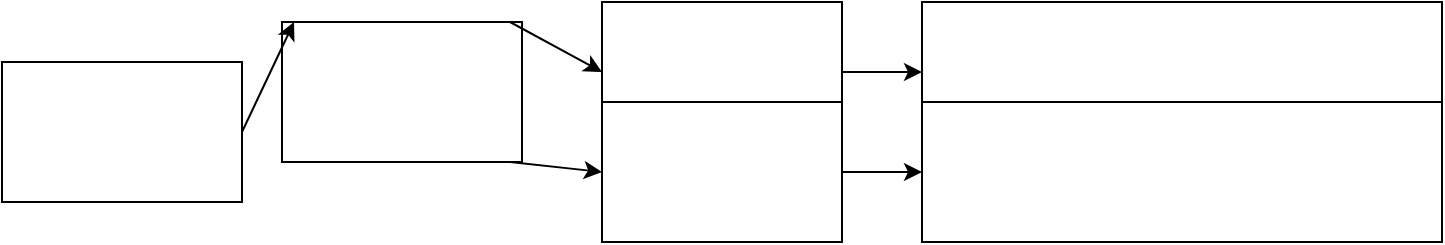
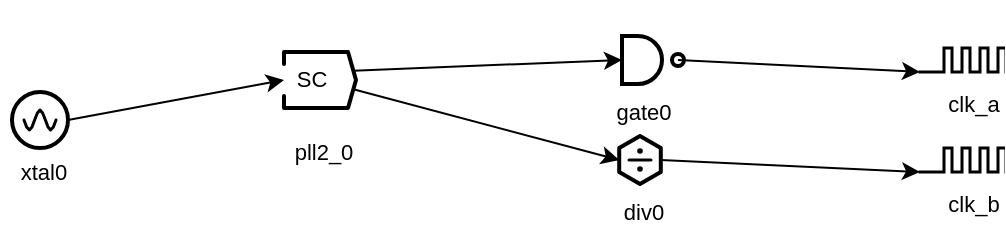
<mxfile>
  <diagram>
    <mxGraphModel>
      <root>
-         <mxCell id="0"/>
-         <mxCell id="1" parent="0"/>
-         <object name="xtal0" placeholders="1" id="9">
-           <mxCell style="drawclockType=source;points=[[1.0000,0.5000,0,0,0]];" vertex="1" parent="1">
-             <mxGeometry x="0" y="40" width="120" height="70" as="geometry"/>
+         <mxCell id="0" />
+         <mxCell id="1" parent="0" />
+         <object id="9" name="xtal0" placeholders="1" label="&lt;div style=&quot;position:relative;box-sizing:border-box;margin:0;padding:0;display:block;width:40px;height:55px;overflow:visible;white-space:nowrap;font-family:Helvetica,Arial,sans-serif;&quot;&gt;&lt;div style=&quot;position:absolute;left:-2px;top:-7px;width:40px;height:54px&quot;&gt;&lt;svg xmlns=&quot;http://www.w3.org/2000/svg&quot; width=&quot;40&quot; height=&quot;54&quot; viewBox=&quot;0 0 40 54&quot; preserveAspectRatio=&quot;none&quot; style=&quot;display:block;overflow:visible;&quot;&gt;&lt;circle cx=&quot;20.0&quot; cy=&quot;30&quot; r=&quot;14&quot; fill=&quot;none&quot; stroke=&quot;#000000&quot; stroke-width=&quot;2&quot;/&gt;&lt;path d=&quot;M 12.0 30.0 L 13.3 33.5 L 14.7 35.0 L 16.0 33.5 L 17.3 30.0 L 18.7 26.5 L 20.0 25.0 L 21.3 26.5 L 22.7 30.0 L 24.0 33.5 L 25.3 35.0 L 26.7 33.5 L 28.0 30.0&quot; fill=&quot;none&quot; stroke=&quot;#000000&quot; stroke-width=&quot;1.5&quot; stroke-linecap=&quot;round&quot; stroke-linejoin=&quot;round&quot;/&gt;&lt;/svg&gt;&lt;/div&gt;&lt;div style=&quot;position:absolute;left:50%;top:80.0%;transform:translateX(-50%);text-align:center;font-size:11px;line-height:1;white-space:nowrap;padding-top:0px;&quot;&gt;%name%&lt;/div&gt;&lt;/div&gt;">
+           <mxCell style="rounded=0;whiteSpace=nowrap;html=1;metaEdit=1;placeholders=1;overflow=visible;resizable=0;autosize=0;fillColor=none;strokeColor=none;spacingTop=0;spacingBottom=0;spacingLeft=0;spacingRight=0;align=left;verticalAlign=top;drawclockType=source;drawclockKind=source;points=[[0.8500,0.5455,0,0,0]];drawclockSourceKind=source;" vertex="1" parent="1">
+             <mxGeometry x="0" y="40" width="40" height="55" as="geometry" />
          </mxCell>
        </object>
-         <object pll_kind="SC" name="pll2_0" placeholders="1" id="10">
-           <mxCell style="drawclockType=pll2;points=[[0.3500,0.3333,0,0,0],[0.6500,0.3333,0,0,0],[0.6500,0.6667,0,0,0]];" vertex="1" parent="1">
-             <mxGeometry x="140" y="20" width="120" height="70" as="geometry"/>
+         <object id="10" pll_kind="SC" name="pll2_0" placeholders="1" label="&lt;div style=&quot;position:relative;box-sizing:border-box;margin:0;padding:0;display:block;width:40px;height:65px;overflow:visible;white-space:nowrap;font-family:Helvetica,Arial,sans-serif;&quot;&gt;&lt;div style=&quot;position:absolute;left:-2px;top:-7px;width:40px;height:54px&quot;&gt;&lt;svg xmlns=&quot;http://www.w3.org/2000/svg&quot; width=&quot;40&quot; height=&quot;54&quot; viewBox=&quot;0 0 40 54&quot; preserveAspectRatio=&quot;none&quot; style=&quot;display:block;overflow:visible;&quot;&gt;&lt;path d=&quot;M 2 16 L 34 16 L 38 30 L 34 44 L 2 44 L 2 38 M 2 22 L 2 16&quot; fill=&quot;none&quot; stroke=&quot;#000000&quot; stroke-width=&quot;2&quot; stroke-linejoin=&quot;round&quot; stroke-linecap=&quot;round&quot;/&gt;&lt;/svg&gt;&lt;span style=&quot;position:absolute;left:40.0%;top:55.55555555555556%;font-size:11px;line-height:1;white-space:nowrap;transform:translate(-50%,-50%);&quot;&gt;%pll_kind%&lt;/span&gt;&lt;/div&gt;&lt;div style=&quot;position:absolute;left:50%;top:83.07692307692308%;transform:translateX(-50%);text-align:center;font-size:11px;line-height:1;white-space:nowrap;padding-top:0px;&quot;&gt;%name%&lt;/div&gt;&lt;/div&gt;">
+           <mxCell style="rounded=0;whiteSpace=nowrap;html=1;metaEdit=1;placeholders=1;overflow=visible;resizable=0;autosize=0;fillColor=none;strokeColor=none;spacingTop=0;spacingBottom=0;spacingLeft=0;spacingRight=0;align=left;verticalAlign=top;drawclockType=pll2;drawclockKind=pll;points=[[0.0500,0.4615,0,0,0],[0.9167,0.3897,0,0,0],[0.9167,0.5333,0,0,0]];" vertex="1" parent="1">
+             <mxGeometry x="140" y="20" width="40" height="65" as="geometry" />
          </mxCell>
        </object>
-         <object name="gate0" placeholders="1" id="11">
-           <mxCell style="drawclockType=gate;points=[[0.0000,0.5000,0,0,0],[1.0000,0.5000,0,0,0]];" vertex="1" parent="1">
-             <mxGeometry x="300" y="10" width="120" height="70" as="geometry"/>
+         <object id="11" name="gate0" placeholders="1" label="&lt;div style=&quot;position:relative;box-sizing:border-box;margin:0;padding:0;display:block;width:40px;height:55px;overflow:visible;white-space:nowrap;font-family:Helvetica,Arial,sans-serif;&quot;&gt;&lt;div style=&quot;position:absolute;left:-2px;top:-7px;width:40px;height:54px&quot;&gt;&lt;svg xmlns=&quot;http://www.w3.org/2000/svg&quot; width=&quot;40&quot; height=&quot;54&quot; viewBox=&quot;0 0 40 54&quot; preserveAspectRatio=&quot;none&quot; style=&quot;display:block;overflow:visible;&quot;&gt;&lt;path d=&quot;M 11 18 L 19 18 A 12 12 0 1 1 19 42 L 11 42 Z&quot; fill=&quot;none&quot; stroke=&quot;#000000&quot; stroke-width=&quot;2&quot; stroke-linejoin=&quot;miter&quot;/&gt;&lt;circle cx=&quot;39&quot; cy=&quot;30&quot; r=&quot;3&quot; fill=&quot;#ffffff&quot; stroke=&quot;#000000&quot; stroke-width=&quot;2&quot;/&gt;&lt;/svg&gt;&lt;/div&gt;&lt;div style=&quot;position:absolute;left:50%;top:80.0%;transform:translateX(-50%);text-align:center;font-size:11px;line-height:1;white-space:nowrap;padding-top:0px;&quot;&gt;%name%&lt;/div&gt;&lt;/div&gt;">
+           <mxCell style="rounded=0;whiteSpace=nowrap;html=1;metaEdit=1;placeholders=1;overflow=visible;resizable=0;autosize=0;fillColor=none;strokeColor=none;spacingTop=0;spacingBottom=0;spacingLeft=0;spacingRight=0;align=left;verticalAlign=top;drawclockType=gate;drawclockKind=gate;points=[[0.2750,0.5455,0,0,0],[0.9750,0.5455,0,0,0]];" vertex="1" parent="1">
+             <mxGeometry x="300" y="10" width="40" height="55" as="geometry" />
          </mxCell>
        </object>
-         <object name="div0" placeholders="1" id="12">
-           <mxCell style="drawclockType=div;points=[[0.0000,0.5000,0,0,0],[1.0000,0.5000,0,0,0]];" vertex="1" parent="1">
-             <mxGeometry x="300" y="60" width="120" height="70" as="geometry"/>
+         <object id="12" name="div0" placeholders="1" label="&lt;div style=&quot;position:relative;box-sizing:border-box;margin:0;padding:0;display:block;width:40px;height:55px;overflow:visible;white-space:nowrap;font-family:Helvetica,Arial,sans-serif;&quot;&gt;&lt;div style=&quot;position:absolute;left:-2px;top:-7px;width:40px;height:54px&quot;&gt;&lt;svg xmlns=&quot;http://www.w3.org/2000/svg&quot; width=&quot;40&quot; height=&quot;54&quot; viewBox=&quot;0 0 40 54&quot; preserveAspectRatio=&quot;none&quot; style=&quot;display:block;overflow:visible;&quot;&gt;&lt;polygon points=&quot;30.4,36.0 20.0,42.0 9.6,36.0 9.6,24.0 20.0,18.0 30.4,24.0&quot; fill=&quot;none&quot; stroke=&quot;#000000&quot; stroke-width=&quot;2&quot; stroke-linejoin=&quot;round&quot;/&gt;&lt;path d=&quot;M 14.5 30.0 L 25.5 30.0&quot; fill=&quot;none&quot; stroke=&quot;#000000&quot; stroke-width=&quot;1.5&quot; stroke-linecap=&quot;round&quot;/&gt;&lt;circle cx=&quot;20.0&quot; cy=&quot;25.5&quot; r=&quot;1.4&quot; fill=&quot;#000000&quot;/&gt;&lt;circle cx=&quot;20.0&quot; cy=&quot;34.5&quot; r=&quot;1.4&quot; fill=&quot;#000000&quot;/&gt;&lt;/svg&gt;&lt;/div&gt;&lt;div style=&quot;position:absolute;left:50%;top:80.0%;transform:translateX(-50%);text-align:center;font-size:11px;line-height:1;white-space:nowrap;padding-top:0px;&quot;&gt;%name%&lt;/div&gt;&lt;/div&gt;">
+           <mxCell style="rounded=0;whiteSpace=nowrap;html=1;metaEdit=1;placeholders=1;overflow=visible;resizable=0;autosize=0;fillColor=none;strokeColor=none;spacingTop=0;spacingBottom=0;spacingLeft=0;spacingRight=0;align=left;verticalAlign=top;drawclockType=div;drawclockKind=div;points=[[0.2402,0.5455,0,0,0],[0.7598,0.5455,0,0,0]];" vertex="1" parent="1">
+             <mxGeometry x="300" y="60" width="40" height="55" as="geometry" />
          </mxCell>
        </object>
-         <object freq="100" name="clk_a" placeholders="1" id="13">
-           <mxCell style="drawclockType=clock;points=[[0.0000,0.5000,0,0,0]];" vertex="1" parent="1">
-             <mxGeometry x="460" y="10" width="260" height="70" as="geometry"/>
+         <object id="13" name="clk_a" placeholders="1" label="&lt;div style=&quot;position:relative;box-sizing:border-box;margin:0;padding:0;display:block;width:40px;height:51px;overflow:visible;white-space:nowrap;font-family:Helvetica,Arial,sans-serif;&quot;&gt;&lt;div style=&quot;position:absolute;left:-2px;top:-7px;width:40px;height:36px&quot;&gt;&lt;svg xmlns=&quot;http://www.w3.org/2000/svg&quot; width=&quot;40&quot; height=&quot;36&quot; viewBox=&quot;0 0 40 36&quot; preserveAspectRatio=&quot;none&quot; style=&quot;display:block;overflow:visible;&quot;&gt;&lt;path d=&quot;M 0 36 L 7 36 M 43 36 L 43 24 L 39 24 L 39 36 L 34 36 L 34 24 L 30 24 L 30 36 L 25 36 L 25 24 L 21 24 L 21 36 L 16 36 L 16 24 L 12 24 L 12 36 L 7 36&quot; fill=&quot;none&quot; stroke=&quot;#000000&quot; stroke-width=&quot;1.5&quot; stroke-linecap=&quot;square&quot; stroke-linejoin=&quot;miter&quot;/&gt;&lt;/svg&gt;&lt;/div&gt;&lt;div style=&quot;position:absolute;left:62.5%;top:70.58823529411765%;transform:translateX(-50%);text-align:center;font-size:11px;line-height:1;white-space:nowrap;padding-top:4px;&quot;&gt;%name%&lt;/div&gt;&lt;/div&gt;">
+           <mxCell style="rounded=0;whiteSpace=nowrap;html=1;metaEdit=1;placeholders=1;overflow=visible;resizable=0;autosize=0;fillColor=none;strokeColor=none;spacingTop=0;spacingBottom=0;spacingLeft=0;spacingRight=0;align=left;verticalAlign=top;drawclockType=clock;drawclockKind=clock;points=[[0.0000,0.7059,0,0,0]];" vertex="1" parent="1">
+             <mxGeometry x="460" y="10" width="40" height="51" as="geometry" />
          </mxCell>
        </object>
-         <object freq="200" name="clk_b" placeholders="1" id="14">
-           <mxCell style="drawclockType=clock;points=[[0.0000,0.5000,0,0,0]];" vertex="1" parent="1">
-             <mxGeometry x="460" y="60" width="260" height="70" as="geometry"/>
+         <object id="14" name="clk_b" placeholders="1" label="&lt;div style=&quot;position:relative;box-sizing:border-box;margin:0;padding:0;display:block;width:40px;height:51px;overflow:visible;white-space:nowrap;font-family:Helvetica,Arial,sans-serif;&quot;&gt;&lt;div style=&quot;position:absolute;left:-2px;top:-7px;width:40px;height:36px&quot;&gt;&lt;svg xmlns=&quot;http://www.w3.org/2000/svg&quot; width=&quot;40&quot; height=&quot;36&quot; viewBox=&quot;0 0 40 36&quot; preserveAspectRatio=&quot;none&quot; style=&quot;display:block;overflow:visible;&quot;&gt;&lt;path d=&quot;M 0 36 L 7 36 M 43 36 L 43 24 L 39 24 L 39 36 L 34 36 L 34 24 L 30 24 L 30 36 L 25 36 L 25 24 L 21 24 L 21 36 L 16 36 L 16 24 L 12 24 L 12 36 L 7 36&quot; fill=&quot;none&quot; stroke=&quot;#000000&quot; stroke-width=&quot;1.5&quot; stroke-linecap=&quot;square&quot; stroke-linejoin=&quot;miter&quot;/&gt;&lt;/svg&gt;&lt;/div&gt;&lt;div style=&quot;position:absolute;left:62.5%;top:70.58823529411765%;transform:translateX(-50%);text-align:center;font-size:11px;line-height:1;white-space:nowrap;padding-top:4px;&quot;&gt;%name%&lt;/div&gt;&lt;/div&gt;">
+           <mxCell style="rounded=0;whiteSpace=nowrap;html=1;metaEdit=1;placeholders=1;overflow=visible;resizable=0;autosize=0;fillColor=none;strokeColor=none;spacingTop=0;spacingBottom=0;spacingLeft=0;spacingRight=0;align=left;verticalAlign=top;drawclockType=clock;drawclockKind=clock;points=[[0.0000,0.7059,0,0,0]];" vertex="1" parent="1">
+             <mxGeometry x="460" y="60" width="40" height="51" as="geometry" />
          </mxCell>
        </object>
-         <mxCell id="19" style="exitX=1;exitY=0.5;entryX=0.35;entryY=0.3333;" edge="1" parent="1" source="9" target="10">
-           <mxGeometry relative="1" as="geometry"/>
+         <mxCell id="19" style="exitDx=0;exitDy=0;entryDx=0;entryDy=0;exitPerimeter=0;entryPerimeter=0;exitX=0.85;exitY=0.5455;entryX=0.05;entryY=0.4615;" edge="1" parent="1" source="9" target="10">
+           <mxGeometry relative="1" as="geometry" />
        </mxCell>
-         <mxCell id="20" style="exitX=0.65;exitY=0.3333;entryX=0;entryY=0.5;" edge="1" parent="1" source="10" target="11">
-           <mxGeometry relative="1" as="geometry"/>
+         <mxCell id="20" style="exitDx=0;exitDy=0;entryDx=0;entryDy=0;exitPerimeter=0;entryPerimeter=0;exitX=0.9167;exitY=0.3897;entryX=0.275;entryY=0.5455;" edge="1" parent="1" source="10" target="11">
+           <mxGeometry relative="1" as="geometry" />
        </mxCell>
-         <mxCell id="21" style="exitX=0.65;exitY=0.6667;entryX=0;entryY=0.5;" edge="1" parent="1" source="10" target="12">
-           <mxGeometry relative="1" as="geometry"/>
+         <mxCell id="21" style="exitDx=0;exitDy=0;entryDx=0;entryDy=0;exitPerimeter=0;entryPerimeter=0;exitX=0.9167;exitY=0.5333;entryX=0.2402;entryY=0.5455;" edge="1" parent="1" source="10" target="12">
+           <mxGeometry relative="1" as="geometry" />
        </mxCell>
-         <mxCell id="22" style="exitX=1;exitY=0.5;entryX=0;entryY=0.5;" edge="1" parent="1" source="11" target="13">
-           <mxGeometry relative="1" as="geometry"/>
+         <mxCell id="22" style="exitDx=0;exitDy=0;entryDx=0;entryDy=0;exitPerimeter=0;entryPerimeter=0;exitX=0.975;exitY=0.5455;entryX=0;entryY=0.7059;" edge="1" parent="1" source="11" target="13">
+           <mxGeometry relative="1" as="geometry" />
        </mxCell>
-         <mxCell id="23" style="exitX=1;exitY=0.5;entryX=0;entryY=0.5;" edge="1" parent="1" source="12" target="14">
-           <mxGeometry relative="1" as="geometry"/>
+         <mxCell id="23" style="exitDx=0;exitDy=0;entryDx=0;entryDy=0;exitPerimeter=0;entryPerimeter=0;exitX=0.7598;exitY=0.5455;entryX=0;entryY=0.7059;" edge="1" parent="1" source="12" target="14">
+           <mxGeometry relative="1" as="geometry" />
        </mxCell>
      </root>
    </mxGraphModel>
  </diagram>
</mxfile>
